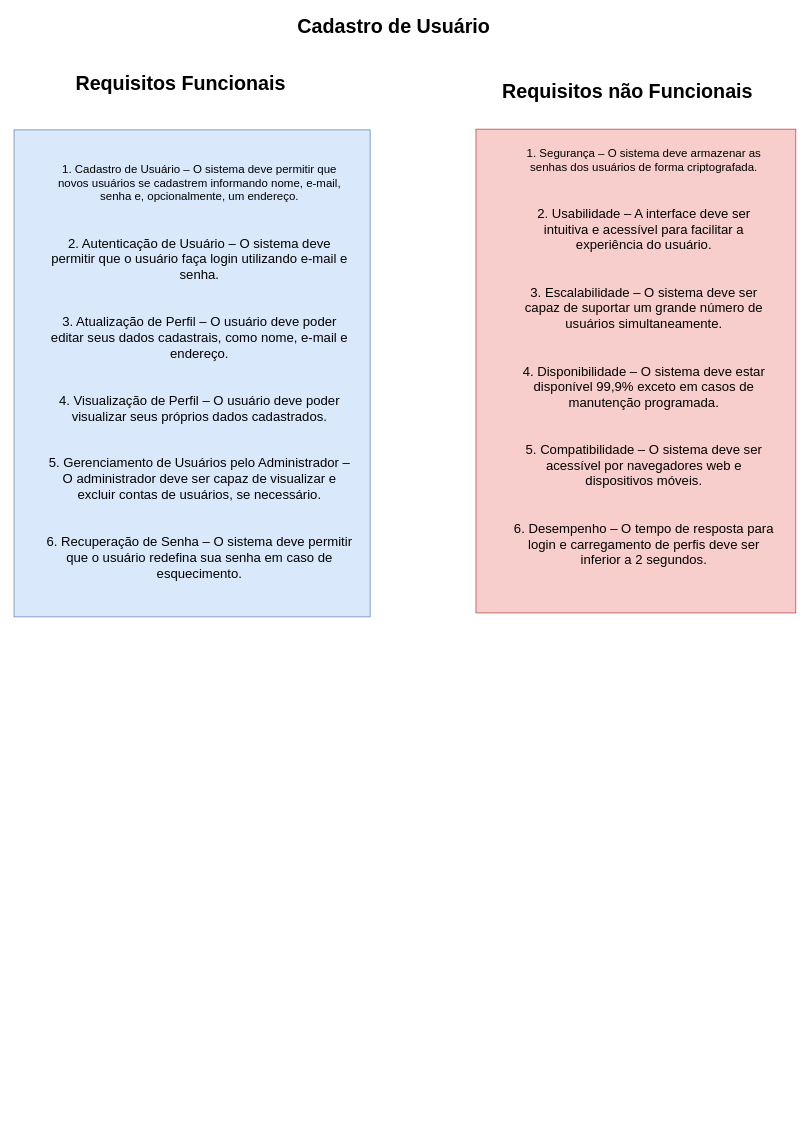
This is page "Página-1" (8 of 10) of Diagrama sem nome.drawio from jkkauany/diagramaderequisitos, a draw.io file, before an edit. Source tidied: cells renumbered, new cells numbered last; positions are measured from the earlier drawing's top-left corner, leaving out a move shared by most shapes. Both pictures are drawn from the tidied source at 82%, with x=0, y=0 at pixel (-52, 14).
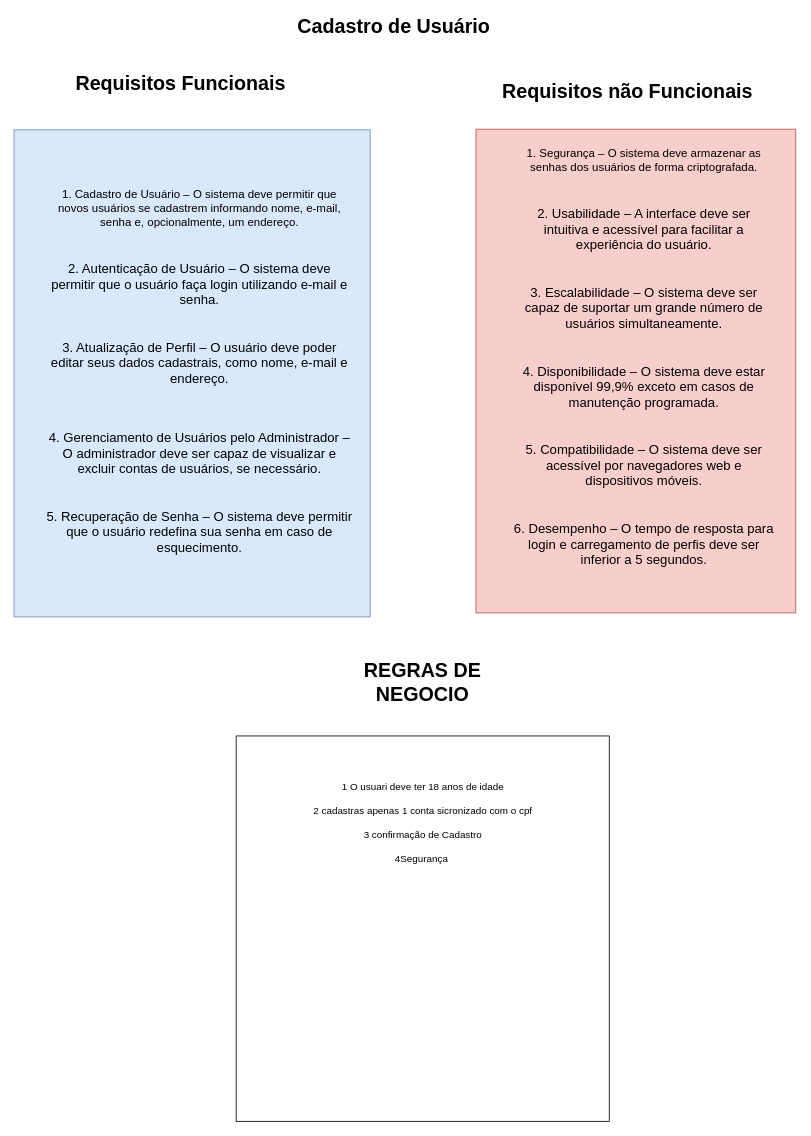
After the change.

What changed in the source:
```diff
@@
 <mxGraphModel>
   <root>
     <mxCell id="0" />
     <mxCell id="1" parent="0" />
     <mxCell id="2" value="&lt;b&gt;&lt;font style=&quot;font-size: 24px;&quot;&gt;Requisitos Funcionais&lt;/font&gt;&lt;/b&gt;" style="text;html=1;align=center;verticalAlign=middle;whiteSpace=wrap;rounded=0;" parent="1" vertex="1">
       <mxGeometry x="128" y="70" width="310" height="30" as="geometry" />
     </mxCell>
     <mxCell id="3" value="&lt;b&gt;&lt;font style=&quot;font-size: 24px;&quot;&gt;Requisitos não Funcionais&lt;/font&gt;&lt;/b&gt;" style="text;html=1;align=center;verticalAlign=middle;whiteSpace=wrap;rounded=0;" parent="1" vertex="1">
       <mxGeometry x="648" y="80" width="360" height="30" as="geometry" />
     </mxCell>
     <mxCell id="4" value="&lt;b&gt;&lt;font style=&quot;font-size: 24px; color: light-dark(rgb(0, 0, 0), rgb(153, 0, 0));&quot;&gt;Cadastro de Usuário&lt;/font&gt;&lt;/b&gt;" style="text;html=1;align=center;verticalAlign=middle;whiteSpace=wrap;rounded=0;" parent="1" vertex="1">
       <mxGeometry x="378" width="330" height="30" as="geometry" />
     </mxCell>
     <mxCell id="5" style="rounded=0;whiteSpace=wrap;html=1;rotation=90;fillColor=#dae8fc;strokeColor=#6c8ebf;" parent="1" vertex="1">
       <mxGeometry x="-0.2" y="220.7" width="593.9" height="434.3" as="geometry" />
     </mxCell>
     <mxCell id="6" style="rounded=0;whiteSpace=wrap;html=1;rotation=-90;fillColor=#f8cecc;strokeColor=#b85450;" parent="1" vertex="1">
       <mxGeometry x="543" y="240" width="589.9" height="390" as="geometry" />
     </mxCell>
-    <mxCell id="7" value="&lt;div&gt;&lt;font style=&quot;font-size: 14px;&quot;&gt;1. Segurança – O sistema deve armazenar as senhas dos usuários de forma criptografada.&lt;/font&gt;&lt;/div&gt;&lt;div&gt;&lt;font size=&quot;3&quot;&gt;&lt;br&gt;&lt;/font&gt;&lt;/div&gt;&lt;div&gt;&lt;font size=&quot;3&quot;&gt;&lt;br&gt;&lt;/font&gt;&lt;/div&gt;&lt;div&gt;&lt;font size=&quot;3&quot;&gt;2. Usabilidade – A interface deve ser intuitiva e acessível para facilitar a experiência do usuário.&lt;/font&gt;&lt;/div&gt;&lt;div&gt;&lt;font size=&quot;3&quot;&gt;&lt;br&gt;&lt;/font&gt;&lt;/div&gt;&lt;div&gt;&lt;font size=&quot;3&quot;&gt;&lt;br&gt;&lt;/font&gt;&lt;/div&gt;&lt;div&gt;&lt;font size=&quot;3&quot;&gt;3. Escalabilidade – O sistema deve ser capaz de suportar um grande número de usuários simultaneamente.&lt;/font&gt;&lt;/div&gt;&lt;div&gt;&lt;font size=&quot;3&quot;&gt;&lt;br&gt;&lt;/font&gt;&lt;/div&gt;&lt;div&gt;&lt;font size=&quot;3&quot;&gt;&lt;br&gt;&lt;/font&gt;&lt;/div&gt;&lt;div&gt;&lt;font size=&quot;3&quot;&gt;4. Disponibilidade – O sistema deve estar disponível 99,9% exceto em casos de manutenção programada.&lt;/font&gt;&lt;/div&gt;&lt;div&gt;&lt;font size=&quot;3&quot;&gt;&lt;br&gt;&lt;/font&gt;&lt;/div&gt;&lt;div&gt;&lt;font size=&quot;3&quot;&gt;&lt;br&gt;&lt;/font&gt;&lt;/div&gt;&lt;div&gt;&lt;font size=&quot;3&quot;&gt;5. Compatibilidade – O sistema deve ser acessível por navegadores web e dispositivos móveis.&lt;/font&gt;&lt;/div&gt;&lt;div&gt;&lt;font size=&quot;3&quot;&gt;&lt;br&gt;&lt;/font&gt;&lt;/div&gt;&lt;div&gt;&lt;font size=&quot;3&quot;&gt;&lt;br&gt;&lt;/font&gt;&lt;/div&gt;&lt;div&gt;&lt;font size=&quot;3&quot;&gt;6. Desempenho – O tempo de resposta para login e carregamento de perfis deve ser inferior a 2 segundos.&lt;/font&gt;&lt;/div&gt;" style="text;html=1;align=center;verticalAlign=middle;whiteSpace=wrap;rounded=0;" parent="1" vertex="1">
+    <mxCell id="7" value="&lt;div&gt;&lt;font style=&quot;font-size: 14px;&quot;&gt;1. Segurança – O sistema deve armazenar as senhas dos usuários de forma criptografada.&lt;/font&gt;&lt;/div&gt;&lt;div&gt;&lt;font size=&quot;3&quot;&gt;&lt;br&gt;&lt;/font&gt;&lt;/div&gt;&lt;div&gt;&lt;font size=&quot;3&quot;&gt;&lt;br&gt;&lt;/font&gt;&lt;/div&gt;&lt;div&gt;&lt;font size=&quot;3&quot;&gt;2. Usabilidade – A interface deve ser intuitiva e acessível para facilitar a experiência do usuário.&lt;/font&gt;&lt;/div&gt;&lt;div&gt;&lt;font size=&quot;3&quot;&gt;&lt;br&gt;&lt;/font&gt;&lt;/div&gt;&lt;div&gt;&lt;font size=&quot;3&quot;&gt;&lt;br&gt;&lt;/font&gt;&lt;/div&gt;&lt;div&gt;&lt;font size=&quot;3&quot;&gt;3. Escalabilidade – O sistema deve ser capaz de suportar um grande número de usuários simultaneamente.&lt;/font&gt;&lt;/div&gt;&lt;div&gt;&lt;font size=&quot;3&quot;&gt;&lt;br&gt;&lt;/font&gt;&lt;/div&gt;&lt;div&gt;&lt;font size=&quot;3&quot;&gt;&lt;br&gt;&lt;/font&gt;&lt;/div&gt;&lt;div&gt;&lt;font size=&quot;3&quot;&gt;4. Disponibilidade – O sistema deve estar disponível 99,9% exceto em casos de manutenção programada.&lt;/font&gt;&lt;/div&gt;&lt;div&gt;&lt;font size=&quot;3&quot;&gt;&lt;br&gt;&lt;/font&gt;&lt;/div&gt;&lt;div&gt;&lt;font size=&quot;3&quot;&gt;&lt;br&gt;&lt;/font&gt;&lt;/div&gt;&lt;div&gt;&lt;font size=&quot;3&quot;&gt;5. Compatibilidade – O sistema deve ser acessível por navegadores web e dispositivos móveis.&lt;/font&gt;&lt;/div&gt;&lt;div&gt;&lt;font size=&quot;3&quot;&gt;&lt;br&gt;&lt;/font&gt;&lt;/div&gt;&lt;div&gt;&lt;font size=&quot;3&quot;&gt;&lt;br&gt;&lt;/font&gt;&lt;/div&gt;&lt;div&gt;&lt;font size=&quot;3&quot;&gt;6. Desempenho – O tempo de resposta para login e carregamento de perfis deve ser inferior a 5 segundos.&lt;/font&gt;&lt;/div&gt;" style="text;html=1;align=center;verticalAlign=middle;whiteSpace=wrap;rounded=0;" parent="1" vertex="1">
       <mxGeometry x="688" y="402.6" width="320" height="30" as="geometry" />
     </mxCell>
-    <mxCell id="8" value="&lt;div&gt;&lt;font style=&quot;font-size: 14px;&quot;&gt;1. Cadastro de Usuário – O sistema deve permitir que novos usuários se cadastrem informando nome, e-mail, senha e, opcionalmente, um endereço.&lt;/font&gt;&lt;/div&gt;&lt;div&gt;&lt;font size=&quot;3&quot;&gt;&lt;br&gt;&lt;/font&gt;&lt;/div&gt;&lt;div&gt;&lt;font size=&quot;3&quot;&gt;&lt;br&gt;&lt;/font&gt;&lt;/div&gt;&lt;div&gt;&lt;font size=&quot;3&quot;&gt;2. Autenticação de Usuário – O sistema deve permitir que o usuário faça login utilizando e-mail e senha.&lt;/font&gt;&lt;/div&gt;&lt;div&gt;&lt;font size=&quot;3&quot;&gt;&lt;br&gt;&lt;/font&gt;&lt;/div&gt;&lt;div&gt;&lt;font size=&quot;3&quot;&gt;&lt;br&gt;&lt;/font&gt;&lt;/div&gt;&lt;div&gt;&lt;font size=&quot;3&quot;&gt;3. Atualização de Perfil – O usuário deve poder editar seus dados cadastrais, como nome, e-mail e endereço.&lt;/font&gt;&lt;/div&gt;&lt;div&gt;&lt;font size=&quot;3&quot;&gt;&lt;br&gt;&lt;/font&gt;&lt;/div&gt;&lt;div&gt;&lt;font size=&quot;3&quot;&gt;&lt;br&gt;&lt;/font&gt;&lt;/div&gt;&lt;div&gt;&lt;font size=&quot;3&quot;&gt;4. Visualização de Perfil – O usuário deve poder visualizar seus próprios dados cadastrados.&lt;/font&gt;&lt;/div&gt;&lt;div&gt;&lt;font size=&quot;3&quot;&gt;&lt;br&gt;&lt;/font&gt;&lt;/div&gt;&lt;div&gt;&lt;font size=&quot;3&quot;&gt;&lt;br&gt;&lt;/font&gt;&lt;/div&gt;&lt;div&gt;&lt;font size=&quot;3&quot;&gt;5. Gerenciamento de Usuários pelo Administrador – O administrador deve ser capaz de visualizar e excluir contas de usuários, se necessário.&lt;/font&gt;&lt;/div&gt;&lt;div&gt;&lt;font size=&quot;3&quot;&gt;&lt;br&gt;&lt;/font&gt;&lt;/div&gt;&lt;div&gt;&lt;font size=&quot;3&quot;&gt;&lt;br&gt;&lt;/font&gt;&lt;/div&gt;&lt;div&gt;&lt;font size=&quot;3&quot;&gt;6. Recuperação de Senha – O sistema deve permitir que o usuário redefina sua senha em caso de esquecimento.&lt;/font&gt;&lt;/div&gt;&lt;div&gt;&lt;br&gt;&lt;/div&gt;" style="text;html=1;align=center;verticalAlign=middle;whiteSpace=wrap;rounded=0;" parent="1" vertex="1">
+    <mxCell id="8" value="&lt;div&gt;&lt;font style=&quot;font-size: 14px;&quot;&gt;1. Cadastro de Usuário – O sistema deve permitir que novos usuários se cadastrem informando nome, e-mail, senha e, opcionalmente, um endereço.&lt;/font&gt;&lt;/div&gt;&lt;div&gt;&lt;font size=&quot;3&quot;&gt;&lt;br&gt;&lt;/font&gt;&lt;/div&gt;&lt;div&gt;&lt;font size=&quot;3&quot;&gt;&lt;br&gt;&lt;/font&gt;&lt;/div&gt;&lt;div&gt;&lt;font size=&quot;3&quot;&gt;2. Autenticação de Usuário – O sistema deve permitir que o usuário faça login utilizando e-mail e senha.&lt;/font&gt;&lt;/div&gt;&lt;div&gt;&lt;font size=&quot;3&quot;&gt;&lt;br&gt;&lt;/font&gt;&lt;/div&gt;&lt;div&gt;&lt;font size=&quot;3&quot;&gt;&lt;br&gt;&lt;/font&gt;&lt;/div&gt;&lt;div&gt;&lt;font size=&quot;3&quot;&gt;3. Atualização de Perfil – O usuário deve poder editar seus dados cadastrais, como nome, e-mail e endereço.&lt;/font&gt;&lt;/div&gt;&lt;div&gt;&lt;font size=&quot;3&quot;&gt;&lt;br&gt;&lt;/font&gt;&lt;/div&gt;&lt;div&gt;&lt;br&gt;&lt;/div&gt;&lt;div&gt;&lt;font size=&quot;3&quot;&gt;&lt;br&gt;&lt;/font&gt;&lt;/div&gt;&lt;div&gt;&lt;font size=&quot;3&quot;&gt;4. Gerenciamento de Usuários pelo Administrador – O administrador deve ser capaz de visualizar e excluir contas de usuários, se necessário.&lt;/font&gt;&lt;/div&gt;&lt;div&gt;&lt;font size=&quot;3&quot;&gt;&lt;br&gt;&lt;/font&gt;&lt;/div&gt;&lt;div&gt;&lt;font size=&quot;3&quot;&gt;&lt;br&gt;&lt;/font&gt;&lt;/div&gt;&lt;div&gt;&lt;font size=&quot;3&quot;&gt;5. Recuperação de Senha – O sistema deve permitir que o usuário redefina sua senha em caso de esquecimento.&lt;/font&gt;&lt;/div&gt;&lt;div&gt;&lt;br&gt;&lt;/div&gt;" style="text;html=1;align=center;verticalAlign=middle;whiteSpace=wrap;rounded=0;" parent="1" vertex="1">
       <mxGeometry x="118" y="428" width="376" height="30" as="geometry" />
     </mxCell>
+    <mxCell id="9" value="&lt;b&gt;&lt;font style=&quot;font-size: 24px;&quot;&gt;REGRAS DE NEGOCIO&lt;/font&gt;&lt;/b&gt;" style="text;html=1;align=center;verticalAlign=middle;whiteSpace=wrap;rounded=0;" parent="1" vertex="1">
+      <mxGeometry x="458" y="800" width="240" height="30" as="geometry" />
+    </mxCell>
+    <mxCell id="10" style="rounded=0;whiteSpace=wrap;html=1;" parent="1" vertex="1">
+      <mxGeometry x="350.5" y="880" width="455" height="470" as="geometry" />
+    </mxCell>
+    <mxCell id="11" value="1 O usuari deve ter 18 anos de idade&lt;div&gt;&lt;br&gt;&lt;div&gt;2 cadastras apenas 1 conta sicronizado com o cpf&lt;/div&gt;&lt;/div&gt;&lt;div&gt;&lt;br&gt;&lt;/div&gt;&lt;div&gt;3 confirmação de Cadastro&lt;/div&gt;&lt;div&gt;&lt;br&gt;&lt;/div&gt;&lt;div&gt;4Segurança&amp;nbsp;&lt;/div&gt;&lt;div&gt;&lt;br&gt;&lt;/div&gt;&lt;div&gt;&lt;br&gt;&lt;/div&gt;&lt;div&gt;&lt;br&gt;&lt;/div&gt;&lt;div&gt;&lt;br&gt;&lt;/div&gt;" style="text;html=1;align=center;verticalAlign=middle;whiteSpace=wrap;rounded=0;" parent="1" vertex="1">
+      <mxGeometry x="380.5" y="920" width="395" height="190" as="geometry" />
+    </mxCell>
   </root>
 </mxGraphModel>
```
